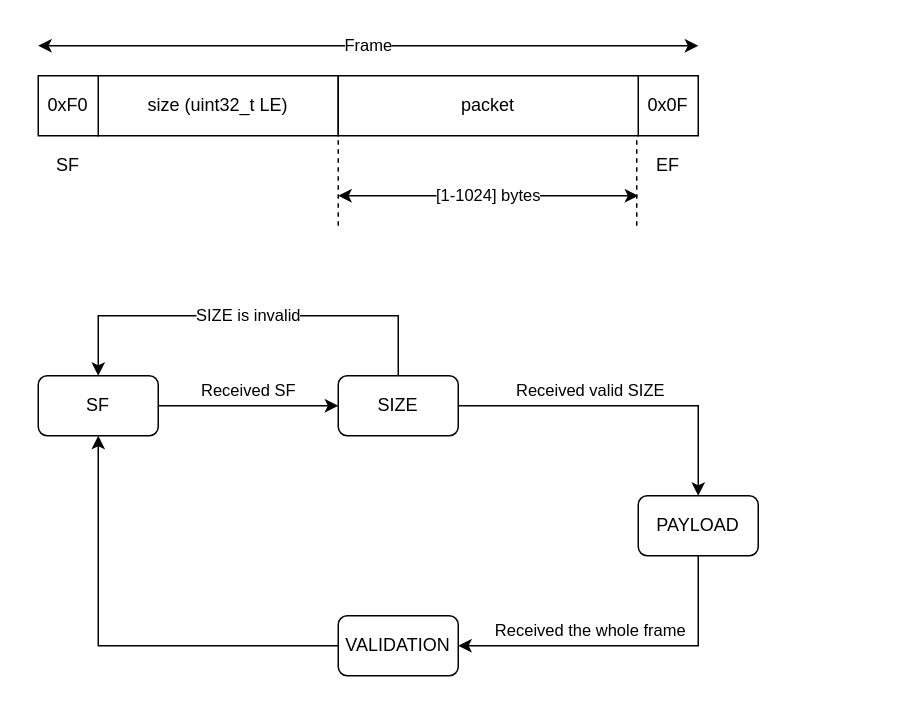
This is page "encoding/decoding" (2 of 4) of docs/design.drawio from AR0EN/communication, a draw.io file, before an edit. Source tidied: cells renumbered, new cells numbered last; positions are measured from the earlier drawing's top-left corner, leaving out a move shared by most shapes. Both pictures are drawn from the tidied source at 150%, with x=0, y=0 at pixel (38, 45).
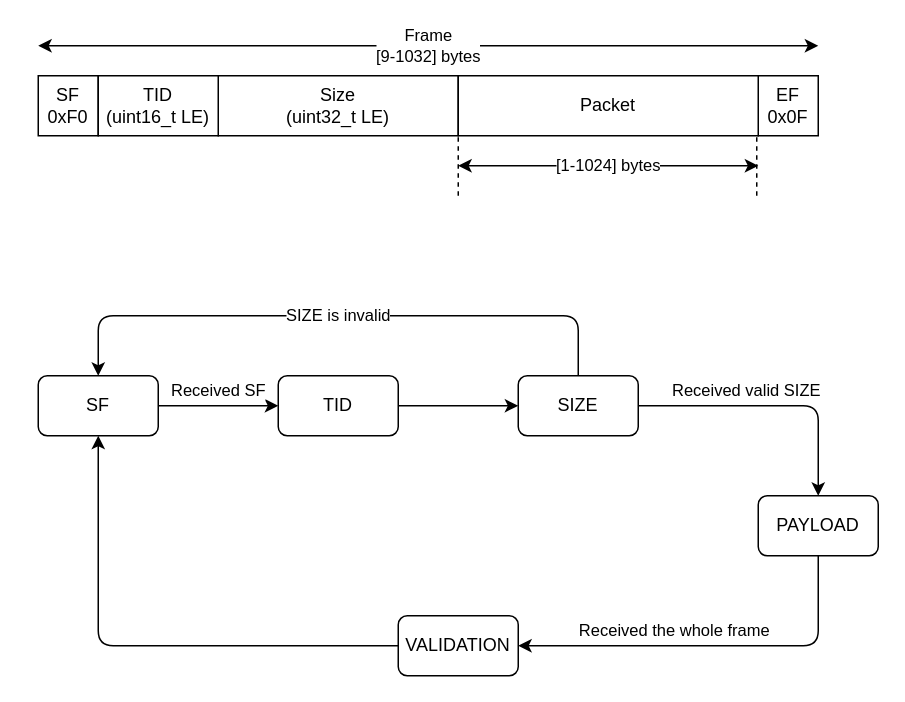
The same page after the edit.

The change refers to these unchanged cells:
```xml
<mxCell id="3" value="SF" style="rounded=1;whiteSpace=wrap;html=1;" parent="1" vertex="1">
  <mxGeometry y="220" width="80" height="40" as="geometry" />
</mxCell>
```

Diff of the diagram source:
```diff
@@
-    <mxCell id="2" value="Received SF" style="edgeStyle=orthogonalEdgeStyle;rounded=0;jettySize=auto;html=1;" parent="1" edge="1" source="3" target="6">
+    <mxCell id="2" value="Received SF" style="edgeStyle=orthogonalEdgeStyle;rounded=0;jettySize=auto;html=1;entryX=0;entryY=0.5;entryDx=0;entryDy=0;" parent="1" edge="1" source="3" target="23">
       <mxGeometry y="10" relative="1" as="geometry" />
     </mxCell>
@@
-    <mxCell id="4" value="Received valid SIZE" style="edgeStyle=orthogonalEdgeStyle;rounded=0;jettySize=auto;html=1;entryX=0.5;entryY=0;entryDx=0;entryDy=0;" parent="1" edge="1" source="6" target="8">
+    <mxCell id="4" value="Received valid SIZE" style="edgeStyle=orthogonalEdgeStyle;rounded=1;jettySize=auto;html=1;entryX=0.5;entryY=0;entryDx=0;entryDy=0;" parent="1" edge="1" source="6" target="8">
       <mxGeometry x="-0.2" y="10" relative="1" as="geometry" />
     </mxCell>
-    <mxCell id="5" value="SIZE is invalid" style="edgeStyle=orthogonalEdgeStyle;rounded=0;jettySize=auto;html=1;entryX=0.5;entryY=0;entryDx=0;entryDy=0;exitX=0.5;exitY=0;exitDx=0;exitDy=0;" parent="1" edge="1" source="6" target="3">
+    <mxCell id="5" value="SIZE is invalid" style="edgeStyle=orthogonalEdgeStyle;rounded=1;jettySize=auto;html=1;entryX=0.5;entryY=0;entryDx=0;entryDy=0;exitX=0.5;exitY=0;exitDx=0;exitDy=0;" parent="1" edge="1" source="6" target="3">
       <mxGeometry relative="1" as="geometry">
         <Array as="points">
-          <mxPoint x="240" y="180" />
+          <mxPoint x="360" y="180" />
           <mxPoint x="40" y="180" />
         </Array>
       </mxGeometry>
     </mxCell>
     <mxCell id="6" value="SIZE" style="rounded=1;whiteSpace=wrap;html=1;" parent="1" vertex="1">
-      <mxGeometry x="200" y="220" width="80" height="40" as="geometry" />
+      <mxGeometry x="320" y="220" width="80" height="40" as="geometry" />
     </mxCell>
-    <mxCell id="7" value="Received the whole frame" style="edgeStyle=orthogonalEdgeStyle;rounded=0;jettySize=auto;html=1;entryX=1;entryY=0.5;entryDx=0;entryDy=0;exitX=0.5;exitY=1;exitDx=0;exitDy=0;" parent="1" edge="1" source="8" target="10">
+    <mxCell id="7" value="Received the whole frame" style="edgeStyle=orthogonalEdgeStyle;rounded=1;jettySize=auto;html=1;entryX=1;entryY=0.5;entryDx=0;entryDy=0;exitX=0.5;exitY=1;exitDx=0;exitDy=0;" parent="1" edge="1" source="8" target="10">
       <mxGeometry x="0.2" y="-10" relative="1" as="geometry" />
     </mxCell>
     <mxCell id="8" value="PAYLOAD" style="rounded=1;whiteSpace=wrap;html=1;" parent="1" vertex="1">
-      <mxGeometry x="400" y="300" width="80" height="40" as="geometry" />
+      <mxGeometry x="480" y="300" width="80" height="40" as="geometry" />
     </mxCell>
-    <mxCell id="9" style="edgeStyle=orthogonalEdgeStyle;rounded=0;jettySize=auto;html=1;entryX=0.5;entryY=1;entryDx=0;entryDy=0;" parent="1" edge="1" source="10" target="3">
+    <mxCell id="9" style="edgeStyle=orthogonalEdgeStyle;rounded=1;jettySize=auto;html=1;entryX=0.5;entryY=1;entryDx=0;entryDy=0;" parent="1" edge="1" source="10" target="3">
       <mxGeometry relative="1" as="geometry" />
     </mxCell>
     <mxCell id="10" value="VALIDATION" style="rounded=1;whiteSpace=wrap;html=1;" parent="1" vertex="1">
-      <mxGeometry x="200" y="380" width="80" height="40" as="geometry" />
+      <mxGeometry x="240" y="380" width="80" height="40" as="geometry" />
     </mxCell>
-    <mxCell id="11" value="size (uint32_t LE)" style="rounded=0;whiteSpace=wrap;html=1;" parent="1" vertex="1">
-      <mxGeometry x="40" y="20" width="160" height="40" as="geometry" />
+    <mxCell id="11" value="Size&lt;br&gt;(uint32_t LE)" style="rounded=0;whiteSpace=wrap;html=1;" parent="1" vertex="1">
+      <mxGeometry x="120" y="20" width="160" height="40" as="geometry" />
     </mxCell>
-    <mxCell id="12" value="0xF0" style="rounded=0;whiteSpace=wrap;html=1;" parent="1" vertex="1">
+    <mxCell id="12" value="SF&lt;br&gt;0xF0" style="rounded=0;whiteSpace=wrap;html=1;" parent="1" vertex="1">
       <mxGeometry y="20" width="40" height="40" as="geometry" />
     </mxCell>
-    <mxCell id="13" value="0x0F" style="rounded=0;whiteSpace=wrap;html=1;" parent="1" vertex="1">
-      <mxGeometry x="400" y="20" width="40" height="40" as="geometry" />
+    <mxCell id="13" value="EF&lt;br&gt;0x0F" style="rounded=0;whiteSpace=wrap;html=1;" parent="1" vertex="1">
+      <mxGeometry x="480" y="20" width="40" height="40" as="geometry" />
     </mxCell>
-    <mxCell id="14" value="packet" style="rounded=0;whiteSpace=wrap;html=1;" parent="1" vertex="1">
-      <mxGeometry x="200" y="20" width="200" height="40" as="geometry" />
+    <mxCell id="14" value="Packet" style="rounded=0;whiteSpace=wrap;html=1;" parent="1" vertex="1">
+      <mxGeometry x="280" y="20" width="200" height="40" as="geometry" />
     </mxCell>
-    <mxCell id="15" value="[1-1024] bytes" style="endArrow=classic;startArrow=classic;html=1;" parent="1" edge="1">
+    <mxCell id="15" value="[1-1024] bytes" style="endArrow=classic;startArrow=classic;html=1;labelBackgroundColor=#ffffff;" parent="1" edge="1">
       <mxGeometry relative="1" as="geometry">
-        <mxPoint x="200" y="100" as="sourcePoint" />
-        <mxPoint x="400" y="100" as="targetPoint" />
+        <mxPoint x="280" y="80" as="sourcePoint" />
+        <mxPoint x="480" y="80" as="targetPoint" />
       </mxGeometry>
     </mxCell>
-    <mxCell id="16" value="Frame" style="endArrow=classic;startArrow=classic;html=1;" parent="1" edge="1">
+    <mxCell id="16" value="Frame&lt;br&gt;[9-1032] bytes" style="endArrow=classic;startArrow=classic;html=1;labelBackgroundColor=#ffffff;" parent="1" edge="1">
       <mxGeometry relative="1" as="geometry">
         <mxPoint as="sourcePoint" />
-        <mxPoint x="440" as="targetPoint" />
+        <mxPoint x="520" as="targetPoint" />
       </mxGeometry>
     </mxCell>
-    <mxCell id="17" value="SF" style="text;html=1;strokeColor=none;fillColor=none;align=center;verticalAlign=middle;whiteSpace=wrap;rounded=0;" parent="1" vertex="1">
-      <mxGeometry y="60" width="40" height="40" as="geometry" />
-    </mxCell>
-    <mxCell id="18" value="EF" style="text;html=1;strokeColor=none;fillColor=none;align=center;verticalAlign=middle;whiteSpace=wrap;rounded=0;" parent="1" vertex="1">
-      <mxGeometry x="400" y="60" width="40" height="40" as="geometry" />
-    </mxCell>
     <mxCell id="19" style="endArrow=none;dashed=1;html=1;entryX=0;entryY=1;entryDx=0;entryDy=0;" parent="1" edge="1" target="14">
       <mxGeometry relative="1" as="geometry">
-        <mxPoint x="200" y="120" as="sourcePoint" />
+        <mxPoint x="280" y="100" as="sourcePoint" />
       </mxGeometry>
     </mxCell>
     <mxCell id="20" style="endArrow=none;dashed=1;html=1;entryX=0;entryY=1;entryDx=0;entryDy=0;" parent="1" edge="1">
       <mxGeometry relative="1" as="geometry">
-        <mxPoint x="399" y="120" as="sourcePoint" />
-        <mxPoint x="399" y="60" as="targetPoint" />
+        <mxPoint x="479" y="100" as="sourcePoint" />
+        <mxPoint x="479" y="60" as="targetPoint" />
       </mxGeometry>
     </mxCell>
+    <mxCell id="21" value="TID&lt;br&gt;(uint16_t LE)" style="rounded=0;whiteSpace=wrap;html=1;" parent="1" vertex="1">
+      <mxGeometry x="40" y="20" width="80" height="40" as="geometry" />
+    </mxCell>
+    <mxCell id="22" style="edgeStyle=orthogonalEdgeStyle;rounded=1;jettySize=auto;html=1;entryX=0;entryY=0.5;entryDx=0;entryDy=0;" parent="1" edge="1" source="23" target="6">
+      <mxGeometry relative="1" as="geometry" />
+    </mxCell>
+    <mxCell id="23" value="TID" style="rounded=1;whiteSpace=wrap;html=1;" parent="1" vertex="1">
+      <mxGeometry x="160" y="220" width="80" height="40" as="geometry" />
+    </mxCell>
```
